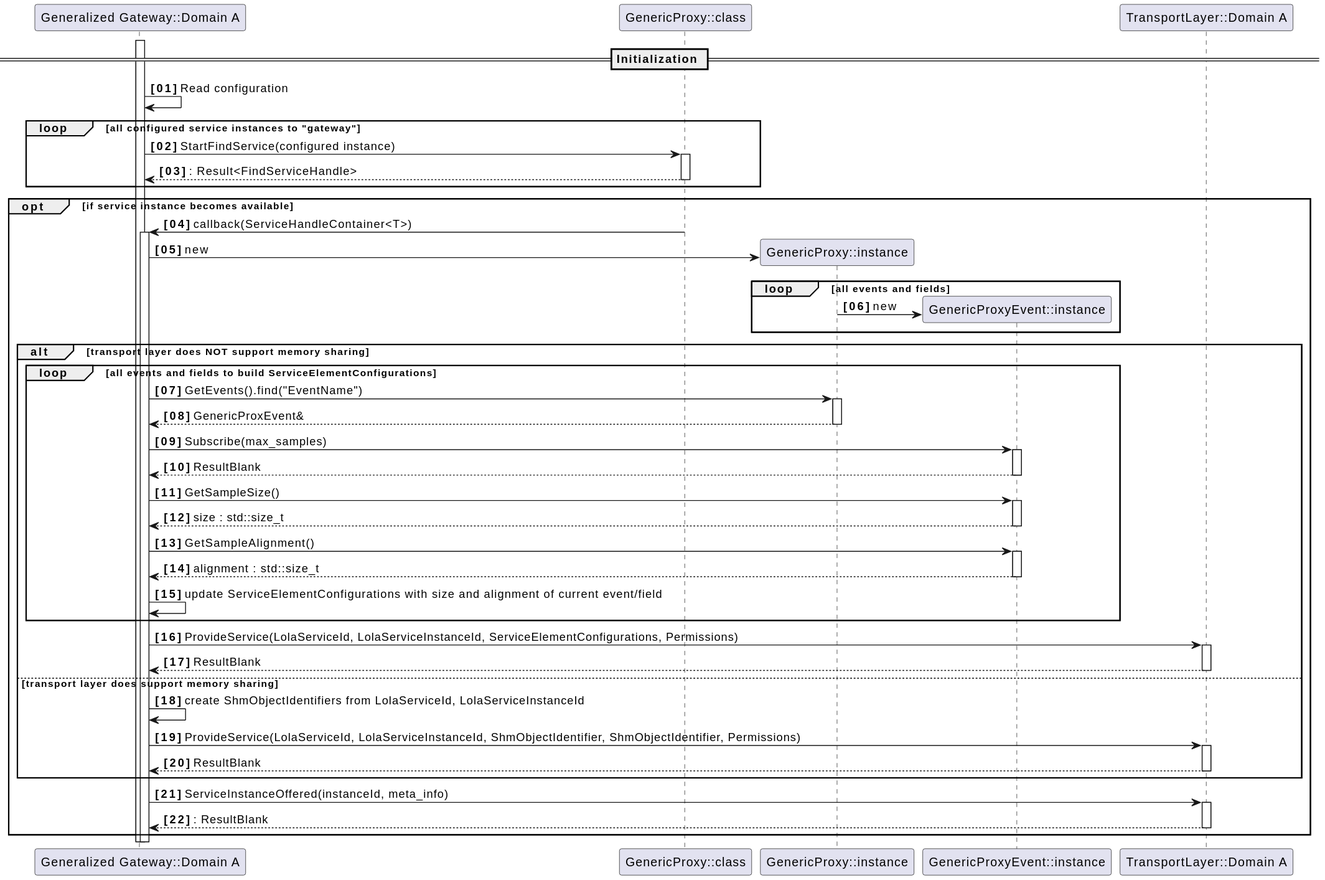
Above: score/mw/com/dependability/software_architectural_design/generalized_gateway/assets/gateway_proxy_instantiation_sequence.svg in eclipse-score/communication (PlantUML), before the change. Source of this version:
```plantuml
@startuml
autonumber "<b>[00]"
skinparam stereotypePosition bottom

participant "Generalized Gateway::Domain A" as GATEWAY
participant "GenericProxy::class" as PROXY_CLASS
participant "TransportLayer::Domain A" as TRANSPORT_LAYER order 20

== Initialization ==
activate GATEWAY
GATEWAY -> GATEWAY : Read configuration

loop all configured service instances to "gateway"
    GATEWAY -> PROXY_CLASS ++ : StartFindService(configured instance)
    return : Result<FindServiceHandle>
end

opt if service instance becomes available
    PROXY_CLASS -> GATEWAY ++: callback(ServiceHandleContainer<T>)
    create "GenericProxy::instance" as PROXY_INSTANCE
    GATEWAY -> PROXY_INSTANCE : new

    loop all events and fields

        create "GenericProxyEvent::instance" as PROXY_EVENT_INSTANCE
        PROXY_INSTANCE -> PROXY_EVENT_INSTANCE : new

    end

    alt transport layer does NOT support memory sharing
        loop all events and fields to build ServiceElementConfigurations
            GATEWAY -> PROXY_INSTANCE ++: GetEvents().find("EventName")
            return GenericProxEvent&
            GATEWAY -> PROXY_EVENT_INSTANCE ++ : Subscribe(max_samples)
            return ResultBlank
            GATEWAY -> PROXY_EVENT_INSTANCE ++: GetSampleSize()
            return size : std::size_t
            GATEWAY -> PROXY_EVENT_INSTANCE ++: GetSampleAlignment()
            return alignment : std::size_t
            GATEWAY -> GATEWAY : update ServiceElementConfigurations with size and alignment of current event/field
        end
        GATEWAY -> TRANSPORT_LAYER ++: ProvideService(LolaServiceId, LolaServiceInstanceId, ServiceElementConfigurations, Permissions)
        return ResultBlank
    else transport layer does support memory sharing
        GATEWAY -> GATEWAY : create ShmObjectIdentifiers from LolaServiceId, LolaServiceInstanceId
        GATEWAY -> TRANSPORT_LAYER ++: ProvideService(LolaServiceId, LolaServiceInstanceId, ShmObjectIdentifier, ShmObjectIdentifier, Permissions)
        return ResultBlank
    end

    GATEWAY -> TRANSPORT_LAYER ++: ServiceInstanceOffered(instanceId, meta_info)
    return : ResultBlank

end
@enduml
```
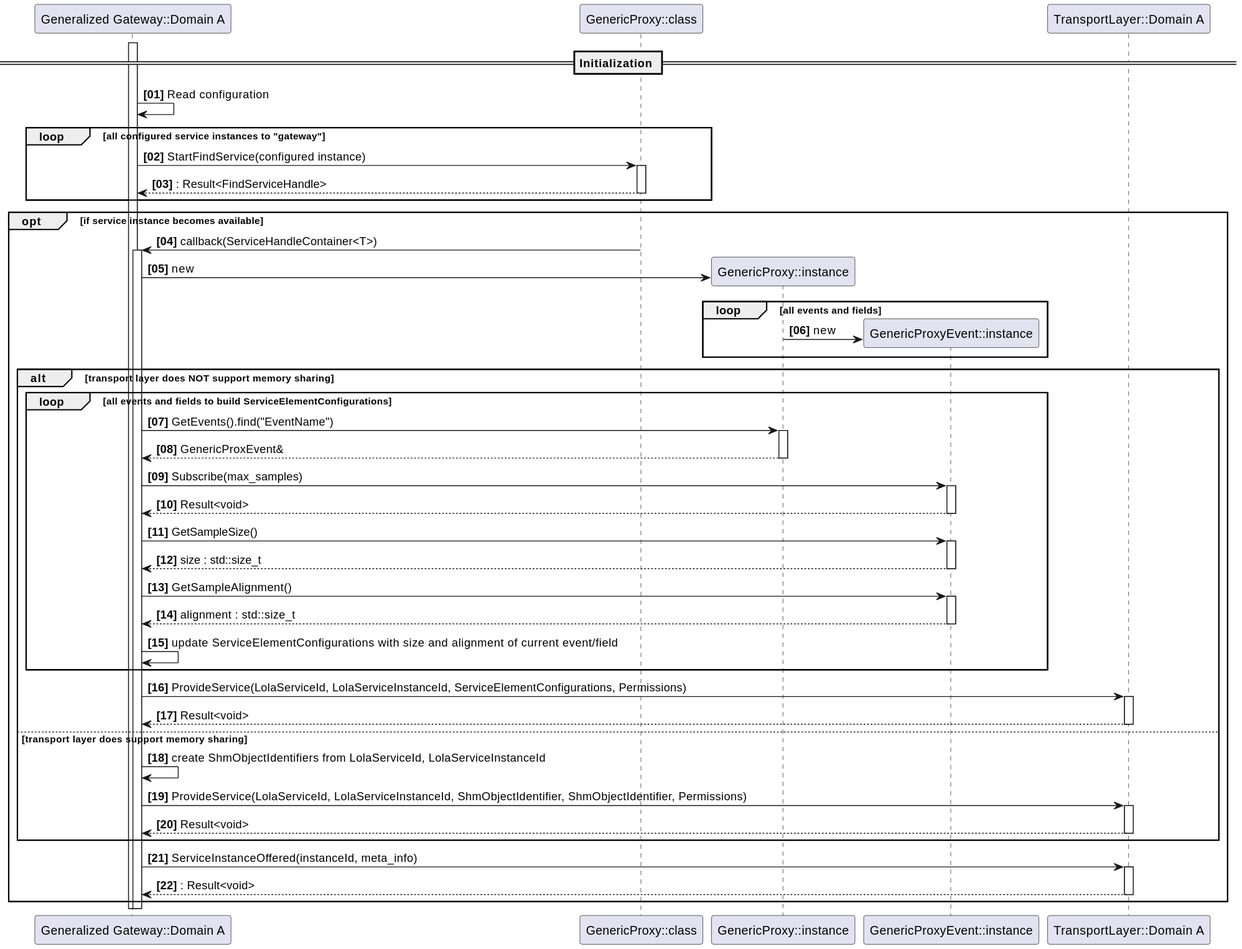
The same diagram one commit later.

Commit message:
docs: update SVG files by transitioning Result<void> return labels

What changed in the source:
```diff
@@ -32,7 +32,7 @@
             GATEWAY -> PROXY_INSTANCE ++: GetEvents().find("EventName")
             return GenericProxEvent&
             GATEWAY -> PROXY_EVENT_INSTANCE ++ : Subscribe(max_samples)
-            return ResultBlank
+            return Result<void>
             GATEWAY -> PROXY_EVENT_INSTANCE ++: GetSampleSize()
             return size : std::size_t
             GATEWAY -> PROXY_EVENT_INSTANCE ++: GetSampleAlignment()
@@ -40,15 +40,15 @@
             GATEWAY -> GATEWAY : update ServiceElementConfigurations with size and alignment of current event/field
         end
         GATEWAY -> TRANSPORT_LAYER ++: ProvideService(LolaServiceId, LolaServiceInstanceId, ServiceElementConfigurations, Permissions)
-        return ResultBlank
+        return Result<void>
     else transport layer does support memory sharing
         GATEWAY -> GATEWAY : create ShmObjectIdentifiers from LolaServiceId, LolaServiceInstanceId
         GATEWAY -> TRANSPORT_LAYER ++: ProvideService(LolaServiceId, LolaServiceInstanceId, ShmObjectIdentifier, ShmObjectIdentifier, Permissions)
-        return ResultBlank
+        return Result<void>
     end
 
     GATEWAY -> TRANSPORT_LAYER ++: ServiceInstanceOffered(instanceId, meta_info)
-    return : ResultBlank
+    return : Result<void>
 
 end
 @enduml
```
